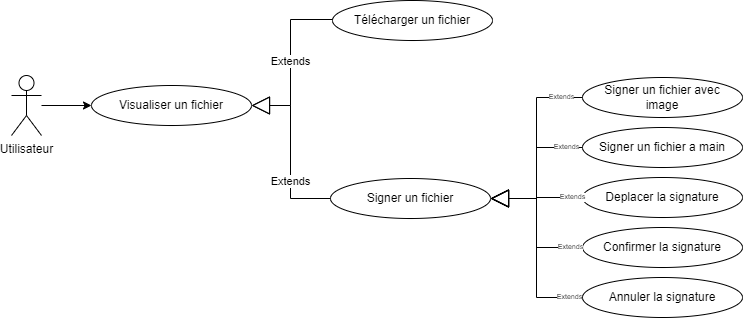
This is images_pfe/use_case_documents_sprint_4.png from PFE-Neoledge-2023/rapport, a draw.io export, as it was before one commit. Source tidied: cells renumbered, new cells last; positions are measured from the earlier drawing's top-left corner, leaving out a move shared by most shapes.
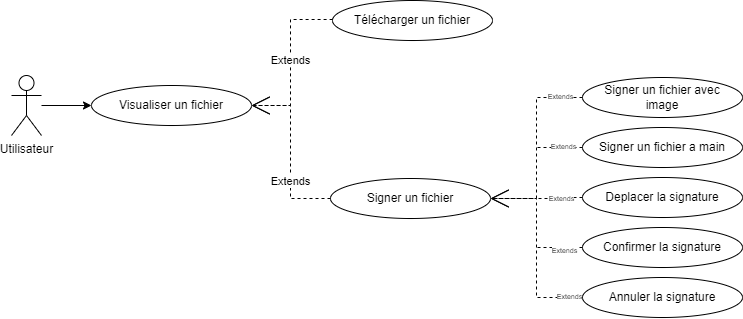
The same file after the commit.

What changed in the source:
```diff
@@ -14,7 +14,7 @@
     <mxCell id="5" value="&lt;div&gt;Signer un&amp;nbsp;&lt;span style=&quot;background-color: initial;&quot;&gt;fichier&lt;/span&gt;&lt;/div&gt;" style="ellipse;whiteSpace=wrap;html=1;" parent="1" vertex="1">
       <mxGeometry x="319" y="178" width="160" height="40" as="geometry" />
     </mxCell>
-    <mxCell id="6" value="Extends" style="endArrow=block;endSize=16;endFill=0;html=1;rounded=0;exitX=0;exitY=0.5;exitDx=0;exitDy=0;entryX=1;entryY=0.5;entryDx=0;entryDy=0;edgeStyle=orthogonalEdgeStyle;" parent="1" edge="1" source="5" target="4">
+    <mxCell id="6" value="Extends" style="endArrow=open;endSize=16;endFill=0;html=1;rounded=0;exitX=0;exitY=0.5;exitDx=0;exitDy=0;entryX=1;entryY=0.5;entryDx=0;entryDy=0;edgeStyle=orthogonalEdgeStyle;dashed=1;" parent="1" edge="1" source="5" target="4">
       <mxGeometry x="-0.33" relative="1" as="geometry">
         <Array as="points">
           <mxPoint x="279" y="198" />
@@ -28,17 +28,22 @@
     <mxCell id="8" value="&lt;div&gt;Signer un&amp;nbsp;&lt;span style=&quot;background-color: initial;&quot;&gt;fichier a main&lt;/span&gt;&lt;/div&gt;" style="ellipse;whiteSpace=wrap;html=1;" parent="1" vertex="1">
       <mxGeometry x="571" y="127" width="160" height="40" as="geometry" />
     </mxCell>
-    <mxCell id="9" value="Extends" style="endArrow=block;endSize=16;endFill=0;html=1;rounded=0;exitX=0;exitY=0.5;exitDx=0;exitDy=0;entryX=1;entryY=0.5;entryDx=0;entryDy=0;edgeStyle=orthogonalEdgeStyle;fontSize=7;" parent="1" edge="1" source="7" target="5">
+    <mxCell id="9" value="Extends" style="endArrow=open;endSize=16;endFill=0;html=1;rounded=0;exitX=0;exitY=0.5;exitDx=0;exitDy=0;entryX=1;entryY=0.5;entryDx=0;entryDy=0;edgeStyle=orthogonalEdgeStyle;fontSize=7;dashed=1;" parent="1" edge="1" source="7" target="5">
       <mxGeometry x="-0.78" relative="1" as="geometry" />
     </mxCell>
-    <mxCell id="10" value="Extends" style="endArrow=block;endSize=16;endFill=0;html=1;rounded=0;exitX=0;exitY=0.5;exitDx=0;exitDy=0;entryX=1;entryY=0.5;entryDx=0;entryDy=0;edgeStyle=orthogonalEdgeStyle;fontSize=7;" parent="1" edge="1" source="8" target="5">
-      <mxGeometry x="-0.78" relative="1" as="geometry" />
+    <mxCell id="10" value="Extends" style="endArrow=none;endSize=16;endFill=0;html=1;rounded=0;exitX=0;exitY=0.5;exitDx=0;exitDy=0;edgeStyle=orthogonalEdgeStyle;fontSize=7;dashed=1;" parent="1" edge="1" source="8">
+      <mxGeometry x="-0.17" relative="1" as="geometry">
+        <mxPoint x="525" y="147" as="targetPoint" />
+      </mxGeometry>
     </mxCell>
     <mxCell id="11" value="&lt;div&gt;Deplacer la signature&lt;/div&gt;" style="ellipse;whiteSpace=wrap;html=1;" parent="1" vertex="1">
       <mxGeometry x="571" y="177" width="160" height="40" as="geometry" />
     </mxCell>
-    <mxCell id="12" value="Extends" style="endArrow=block;endSize=16;endFill=0;html=1;rounded=0;exitX=0;exitY=0.5;exitDx=0;exitDy=0;entryX=1;entryY=0.5;entryDx=0;entryDy=0;edgeStyle=orthogonalEdgeStyle;fontSize=7;" parent="1" edge="1" source="11" target="5">
-      <mxGeometry x="-0.78" relative="1" as="geometry" />
+    <mxCell id="12" value="Extends" style="endArrow=none;endSize=16;endFill=0;html=1;rounded=0;exitX=0;exitY=0.5;exitDx=0;exitDy=0;edgeStyle=orthogonalEdgeStyle;fontSize=7;dashed=1;" parent="1" edge="1" source="11">
+      <mxGeometry x="0.02" y="2" relative="1" as="geometry">
+        <mxPoint x="524" y="198" as="targetPoint" />
+        <mxPoint x="2" y="-1" as="offset" />
+      </mxGeometry>
     </mxCell>
     <mxCell id="13" value="&lt;div&gt;Confirmer la signature&lt;/div&gt;" style="ellipse;whiteSpace=wrap;html=1;" parent="1" vertex="1">
       <mxGeometry x="571" y="227" width="160" height="40" as="geometry" />
@@ -46,16 +51,18 @@
     <mxCell id="14" value="&lt;div&gt;Annuler la signature&lt;/div&gt;" style="ellipse;whiteSpace=wrap;html=1;" parent="1" vertex="1">
       <mxGeometry x="571" y="277" width="160" height="40" as="geometry" />
     </mxCell>
-    <mxCell id="15" value="Extends" style="endArrow=block;endSize=16;endFill=0;html=1;rounded=0;exitX=0;exitY=0.5;exitDx=0;exitDy=0;entryX=1;entryY=0.5;entryDx=0;entryDy=0;edgeStyle=orthogonalEdgeStyle;fontSize=7;" parent="1" edge="1" source="13" target="5">
-      <mxGeometry x="-0.83" relative="1" as="geometry" />
+    <mxCell id="15" value="Extends" style="endArrow=none;endSize=16;endFill=0;html=1;rounded=0;exitX=0;exitY=0.5;exitDx=0;exitDy=0;edgeStyle=orthogonalEdgeStyle;fontSize=7;dashed=1;" parent="1" edge="1" source="13">
+      <mxGeometry x="-0.23" y="4" relative="1" as="geometry">
+        <mxPoint x="524" y="247" as="targetPoint" />
+      </mxGeometry>
     </mxCell>
-    <mxCell id="16" value="Extends" style="endArrow=block;endSize=16;endFill=0;html=1;rounded=0;exitX=0;exitY=0.5;exitDx=0;exitDy=0;edgeStyle=orthogonalEdgeStyle;fontSize=7;entryX=1;entryY=0.5;entryDx=0;entryDy=0;" parent="1" edge="1" source="14" target="5">
+    <mxCell id="16" value="Extends" style="endArrow=open;endSize=16;endFill=0;html=1;rounded=0;exitX=0;exitY=0.5;exitDx=0;exitDy=0;edgeStyle=orthogonalEdgeStyle;fontSize=7;entryX=1;entryY=0.5;entryDx=0;entryDy=0;dashed=1;" parent="1" edge="1" source="14" target="5">
       <mxGeometry x="-0.86" relative="1" as="geometry" />
     </mxCell>
     <mxCell id="17" value="&lt;div&gt;Télécharger un fichier&lt;/div&gt;" style="ellipse;whiteSpace=wrap;html=1;" parent="1" vertex="1">
       <mxGeometry x="321" width="160" height="40" as="geometry" />
     </mxCell>
-    <mxCell id="18" value="Extends" style="endArrow=block;endSize=16;endFill=0;html=1;edgeStyle=orthogonalEdgeStyle;entryX=1;entryY=0.5;entryDx=0;entryDy=0;rounded=0;" parent="1" edge="1" source="17" target="4">
+    <mxCell id="18" value="Extends" style="endArrow=open;endSize=16;endFill=0;html=1;edgeStyle=orthogonalEdgeStyle;entryX=1;entryY=0.5;entryDx=0;entryDy=0;rounded=0;dashed=1;" parent="1" edge="1" source="17" target="4">
       <mxGeometry relative="1" as="geometry">
         <Array as="points">
           <mxPoint x="279" y="19" />
```
